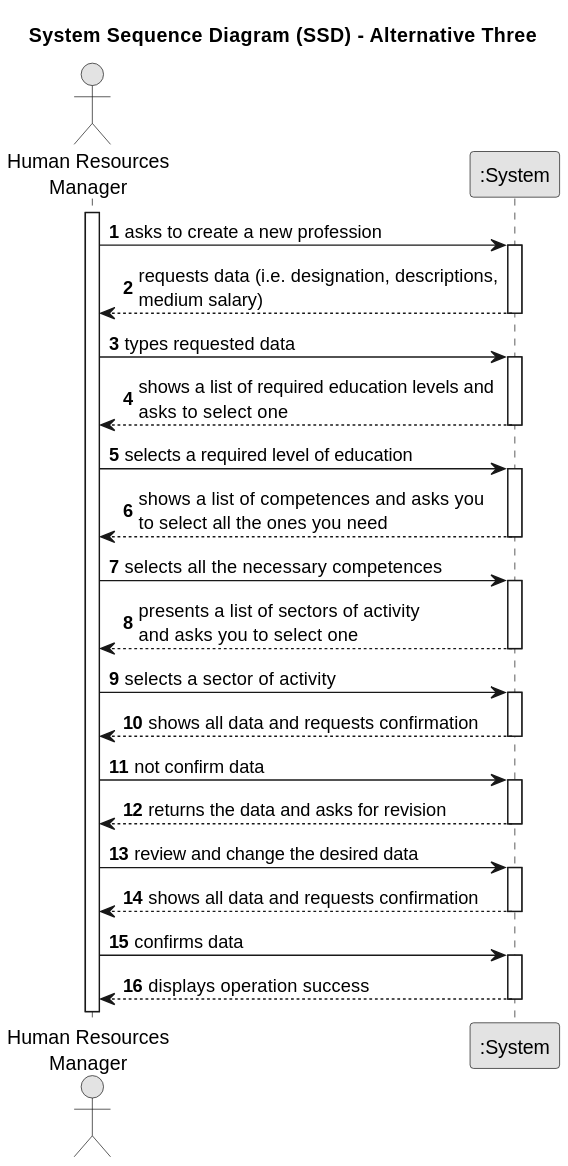
Before: docs/sprintA/us002/01.requirements-engineering/svg/us002-system-sequence-diagram-alternative-three.svg, a diagram exported from PlantUML (diogoveirospro/lei-24-s2-1dg-g072).
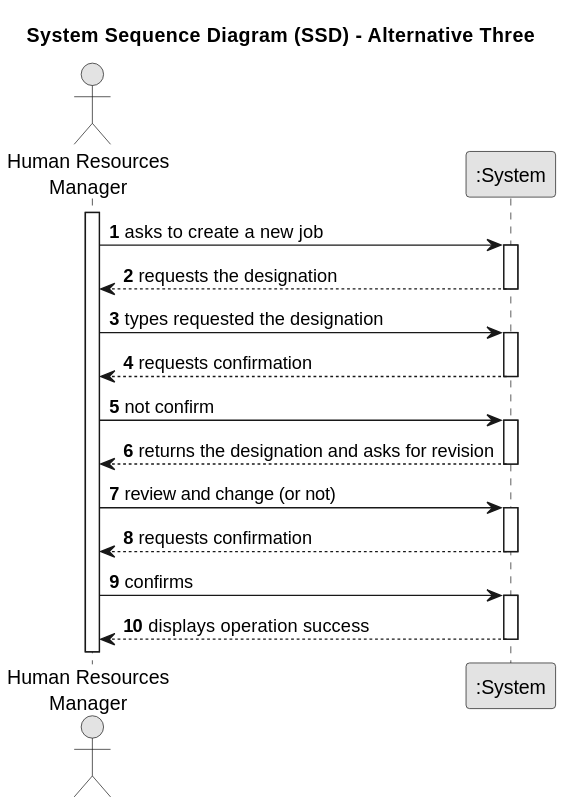
The same diagram one commit later.

Diff of the diagram source:
```diff
@@ -12,49 +12,31 @@
 
 activate GRH
 
-    GRH -> System : asks to create a new profession
+    GRH -> System : asks to create a new job
         activate System
 
-            System --> GRH : requests data (i.e. designation, descriptions,\nmedium salary)
+            System --> GRH : requests the designation
         deactivate System
 
-        GRH -> System : types requested data
+        GRH -> System : types requested the designation
         activate System
 
-            System --> GRH : shows a list of required education levels and\nasks to select one
+            System --> GRH : requests confirmation
         deactivate System
 
-        GRH -> System : selects a required level of education
+        GRH -> System : not confirm
         activate System
 
-                System --> GRH : shows a list of competences and asks you\nto select all the ones you need
+            System --> GRH : returns the designation and asks for revision
         deactivate System
 
-        GRH -> System : selects all the necessary competences
+        GRH -> System : review and change (or not)
         activate System
 
-                System --> GRH : presents a list of sectors of activity\nand asks you to select one
+            System --> GRH : requests confirmation
         deactivate System
 
-        GRH -> System : selects a sector of activity
-        activate System
-
-            System --> GRH : shows all data and requests confirmation
-        deactivate System
-
-        GRH -> System : not confirm data
-        activate System
-
-            System --> GRH : returns the data and asks for revision
-        deactivate System
-
-        GRH -> System : review and change the desired data
-        activate System
-
-            System --> GRH : shows all data and requests confirmation
-        deactivate System
-
-        GRH -> System : confirms data
+        GRH -> System : confirms
         activate System
 
             System --> GRH : displays operation success
```
